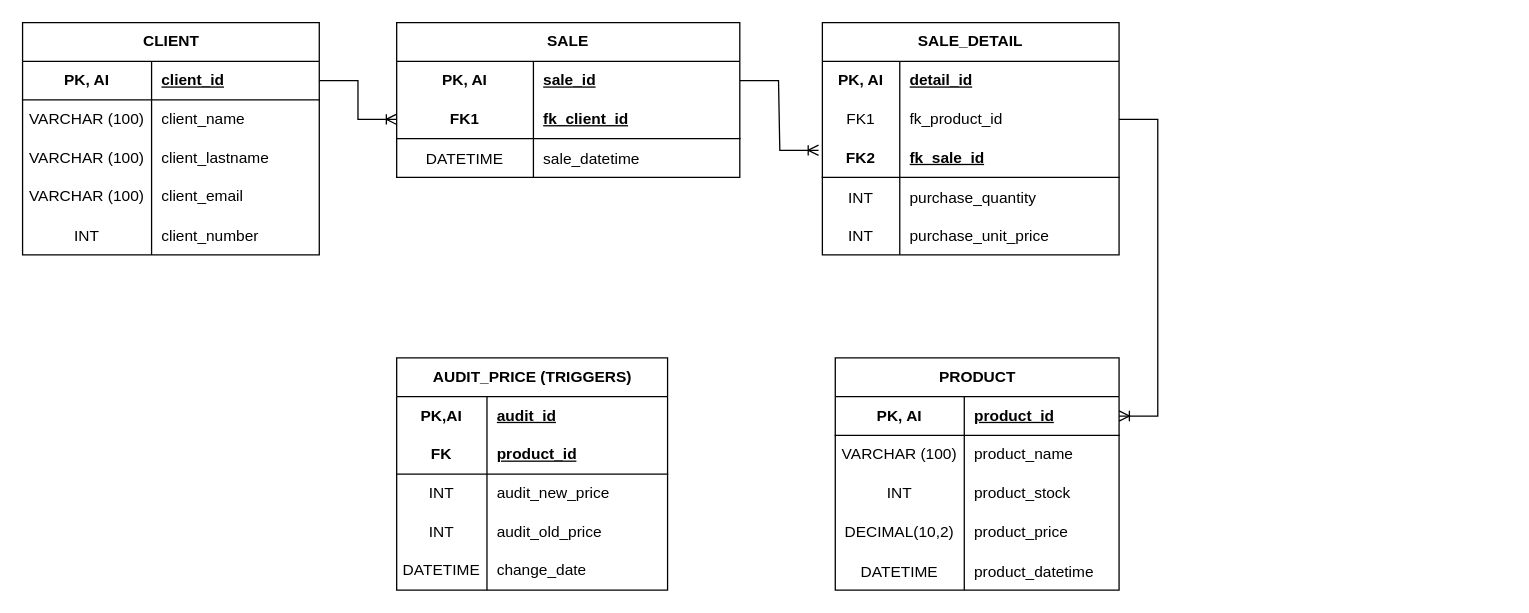
This is docs/TechZone_first_draft.drawio from IvanRavarotto/TechZone, a draw.io file, before an edit. Source tidied: cells renumbered, new cells numbered last; positions are measured from the earlier drawing's top-left corner, leaving out a move shared by most shapes. Both pictures are drawn from the tidied source at 129%, with x=0, y=0 at pixel (22, 22).
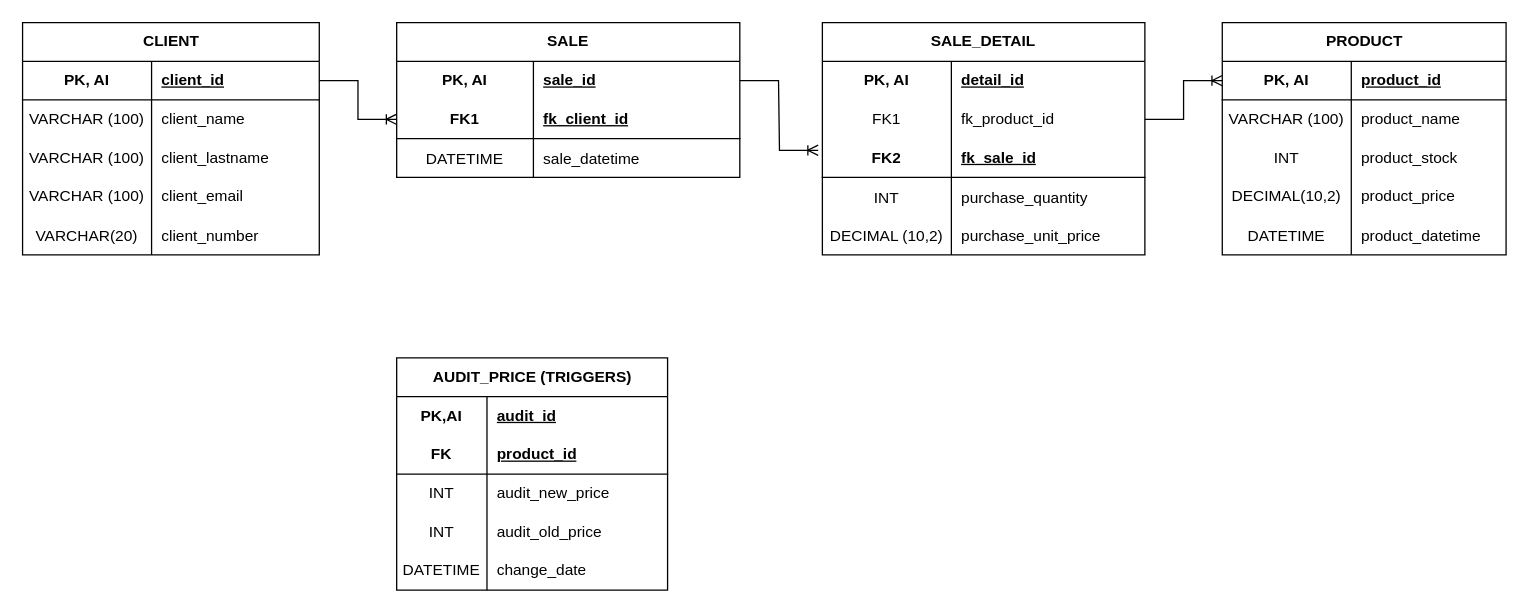
After the change.

Commit message:
Value types were modified for the number of customers and unit price in the purchase details.

Unchanged cells that the change refers to:
```xml
<mxCell id="15" style="shape=tableRow;horizontal=0;startSize=0;swimlaneHead=0;swimlaneBody=0;fillColor=none;top=0;left=0;right=0;bottom=0;" parent="2" vertex="1">
  <mxGeometry y="150" width="230" height="30" as="geometry" />
</mxCell>
<mxCell id="19" style="shape=tableRow;horizontal=0;startSize=0;swimlaneHead=0;swimlaneBody=0;fillColor=none;points=[[0,0.5],[1,0.5]];portConstraint=eastwest;top=0;left=0;right=0;bottom=1;" parent="18" vertex="1">
  <mxGeometry y="30" width="220" height="30" as="geometry" />
</mxCell>
```

What changed in the source:
```diff
@@
-    <mxCell id="16" value="INT" style="shape=partialRectangle;fillColor=none;top=0;left=0;bottom=0;right=0;overflow=hidden;" parent="15" vertex="1">
+    <mxCell id="16" value="VARCHAR(20)" style="shape=partialRectangle;fillColor=none;top=0;left=0;bottom=0;right=0;overflow=hidden;" parent="15" vertex="1">
       <mxGeometry width="100" height="30" as="geometry" />
     </mxCell>
@@
     <mxCell id="18" value="PRODUCT" style="shape=table;startSize=30;childLayout=tableLayout;rowLines=0;fontStyle=1;align=center;html=1;" parent="1" vertex="1">
-      <mxGeometry x="630" y="260" width="220" height="180" as="geometry" />
+      <mxGeometry x="930" width="220" height="180" as="geometry" />
     </mxCell>
@@
     <mxCell id="44" value="SALE_DETAIL" style="shape=table;startSize=30;childLayout=tableLayout;rowLines=0;fontStyle=1;align=center;html=1;whiteSpace=wrap;" parent="1" vertex="1">
-      <mxGeometry x="620" width="230" height="180" as="geometry" />
+      <mxGeometry x="620" width="250" height="180" as="geometry" />
     </mxCell>
     <mxCell id="45" style="shape=tableRow;horizontal=0;startSize=0;swimlaneHead=0;swimlaneBody=0;fillColor=none;top=0;left=0;right=0;bottom=0;html=1;" parent="44" vertex="1">
-      <mxGeometry y="30" width="230" height="30" as="geometry" />
+      <mxGeometry y="30" width="250" height="30" as="geometry" />
     </mxCell>
     <mxCell id="46" value="PK, AI" style="shape=partialRectangle;fillColor=none;top=0;left=0;bottom=0;right=0;fontStyle=1;overflow=hidden;html=1;whiteSpace=wrap;" parent="45" vertex="1">
-      <mxGeometry width="60" height="30" as="geometry" />
+      <mxGeometry width="100" height="30" as="geometry" />
     </mxCell>
     <mxCell id="47" value="detail_id" style="shape=partialRectangle;fillColor=none;top=0;left=0;bottom=0;right=0;align=left;spacingLeft=6;fontStyle=5;overflow=hidden;html=1;whiteSpace=wrap;" parent="45" vertex="1">
-      <mxGeometry x="60" width="170" height="30" as="geometry" />
+      <mxGeometry x="100" width="150" height="30" as="geometry" />
     </mxCell>
     <mxCell id="48" style="shape=tableRow;horizontal=0;startSize=0;swimlaneHead=0;swimlaneBody=0;fillColor=none;points=[[0,0.5],[1,0.5]];portConstraint=eastwest;top=0;left=0;right=0;bottom=0;" parent="44" vertex="1">
-      <mxGeometry y="60" width="230" height="30" as="geometry" />
+      <mxGeometry y="60" width="250" height="30" as="geometry" />
     </mxCell>
     <mxCell id="49" value="FK1" style="shape=partialRectangle;fillColor=none;top=0;left=0;bottom=0;right=0;fontStyle=0;overflow=hidden;whiteSpace=wrap;html=1;" parent="48" vertex="1">
-      <mxGeometry width="60" height="30" as="geometry" />
+      <mxGeometry width="100" height="30" as="geometry" />
     </mxCell>
     <mxCell id="50" value="fk_product_id" style="shape=partialRectangle;fillColor=none;top=0;left=0;bottom=0;right=0;align=left;spacingLeft=6;fontStyle=0;overflow=hidden;whiteSpace=wrap;html=1;" parent="48" vertex="1">
-      <mxGeometry x="60" width="170" height="30" as="geometry" />
+      <mxGeometry x="100" width="150" height="30" as="geometry" />
     </mxCell>
     <mxCell id="51" style="shape=tableRow;horizontal=0;startSize=0;swimlaneHead=0;swimlaneBody=0;fillColor=none;points=[[0,0.5],[1,0.5]];portConstraint=eastwest;top=0;left=0;right=0;bottom=1;html=1;" parent="44" vertex="1">
-      <mxGeometry y="90" width="230" height="30" as="geometry" />
+      <mxGeometry y="90" width="250" height="30" as="geometry" />
     </mxCell>
     <mxCell id="52" value="FK2" style="shape=partialRectangle;fillColor=none;top=0;left=0;bottom=0;right=0;fontStyle=1;overflow=hidden;html=1;whiteSpace=wrap;" parent="51" vertex="1">
-      <mxGeometry width="60" height="30" as="geometry" />
+      <mxGeometry width="100" height="30" as="geometry" />
     </mxCell>
     <mxCell id="53" value="fk_sale_id" style="shape=partialRectangle;fillColor=none;top=0;left=0;bottom=0;right=0;align=left;spacingLeft=6;fontStyle=5;overflow=hidden;html=1;whiteSpace=wrap;" parent="51" vertex="1">
-      <mxGeometry x="60" width="170" height="30" as="geometry" />
+      <mxGeometry x="100" width="150" height="30" as="geometry" />
     </mxCell>
     <mxCell id="54" style="shape=tableRow;horizontal=0;startSize=0;swimlaneHead=0;swimlaneBody=0;fillColor=none;top=0;left=0;right=0;bottom=0;" parent="44" vertex="1">
-      <mxGeometry y="120" width="230" height="30" as="geometry" />
+      <mxGeometry y="120" width="250" height="30" as="geometry" />
     </mxCell>
     <mxCell id="55" value="INT" style="shape=partialRectangle;fillColor=none;top=0;left=0;bottom=0;right=0;overflow=hidden;" parent="54" vertex="1">
-      <mxGeometry width="60" height="30" as="geometry" />
+      <mxGeometry width="100" height="30" as="geometry" />
     </mxCell>
     <mxCell id="56" value="purchase_quantity" style="shape=partialRectangle;fillColor=none;top=0;left=0;bottom=0;right=0;align=left;spacingLeft=6;overflow=hidden;" parent="54" vertex="1">
-      <mxGeometry x="60" width="170" height="30" as="geometry" />
+      <mxGeometry x="100" width="150" height="30" as="geometry" />
     </mxCell>
     <mxCell id="57" style="shape=tableRow;horizontal=0;startSize=0;swimlaneHead=0;swimlaneBody=0;fillColor=none;top=0;left=0;right=0;bottom=0;" parent="44" vertex="1">
-      <mxGeometry y="150" width="230" height="30" as="geometry" />
+      <mxGeometry y="150" width="250" height="30" as="geometry" />
     </mxCell>
-    <mxCell id="58" value="INT" style="shape=partialRectangle;fillColor=none;top=0;left=0;bottom=0;right=0;overflow=hidden;" parent="57" vertex="1">
-      <mxGeometry width="60" height="30" as="geometry" />
+    <mxCell id="58" value="DECIMAL (10,2)" style="shape=partialRectangle;fillColor=none;top=0;left=0;bottom=0;right=0;overflow=hidden;" parent="57" vertex="1">
+      <mxGeometry width="100" height="30" as="geometry" />
     </mxCell>
     <mxCell id="59" value="purchase_unit_price" style="shape=partialRectangle;fillColor=none;top=0;left=0;bottom=0;right=0;align=left;spacingLeft=6;overflow=hidden;" parent="57" vertex="1">
-      <mxGeometry x="60" width="170" height="30" as="geometry" />
+      <mxGeometry x="100" width="150" height="30" as="geometry" />
     </mxCell>
@@
-    <mxCell id="62" style="edgeStyle=entityRelationEdgeStyle;fontSize=12;html=1;endArrow=ERoneToMany;rounded=0;exitX=1;exitY=0.5;exitDx=0;exitDy=0;entryX=1;entryY=0.5;entryDx=0;entryDy=0;" parent="1" edge="1" source="48" target="19">
+    <mxCell id="62" style="edgeStyle=entityRelationEdgeStyle;fontSize=12;html=1;endArrow=ERoneToMany;rounded=0;exitX=1;exitY=0.5;exitDx=0;exitDy=0;entryX=0;entryY=0.5;entryDx=0;entryDy=0;" parent="1" edge="1" source="48" target="19">
       <mxGeometry relative="1" as="geometry" />
     </mxCell>
```
